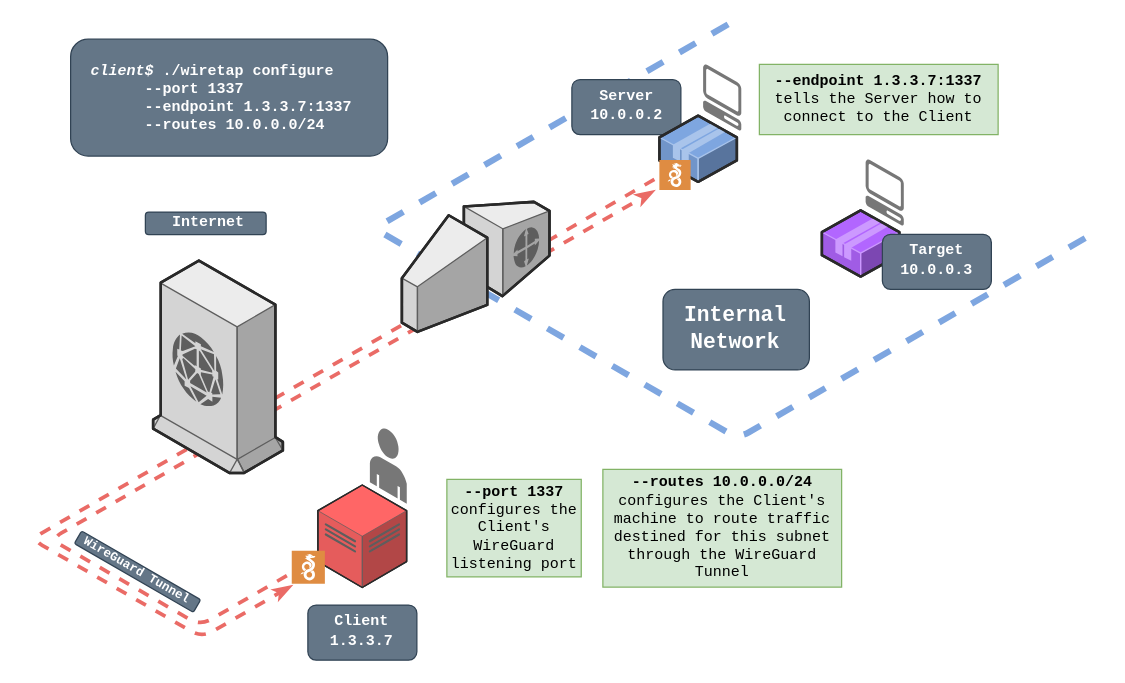
The draw.io diagram media/Wiretap_Configure.drawio in sandialabs/wiretap, before the edit. Source tidied: cells renumbered, new cells numbered last; positions are measured from the earlier drawing's top-left corner, leaving out a move shared by most shapes. Both pictures are drawn from the tidied source at 125%, with x=0, y=0 at pixel (56, 24).
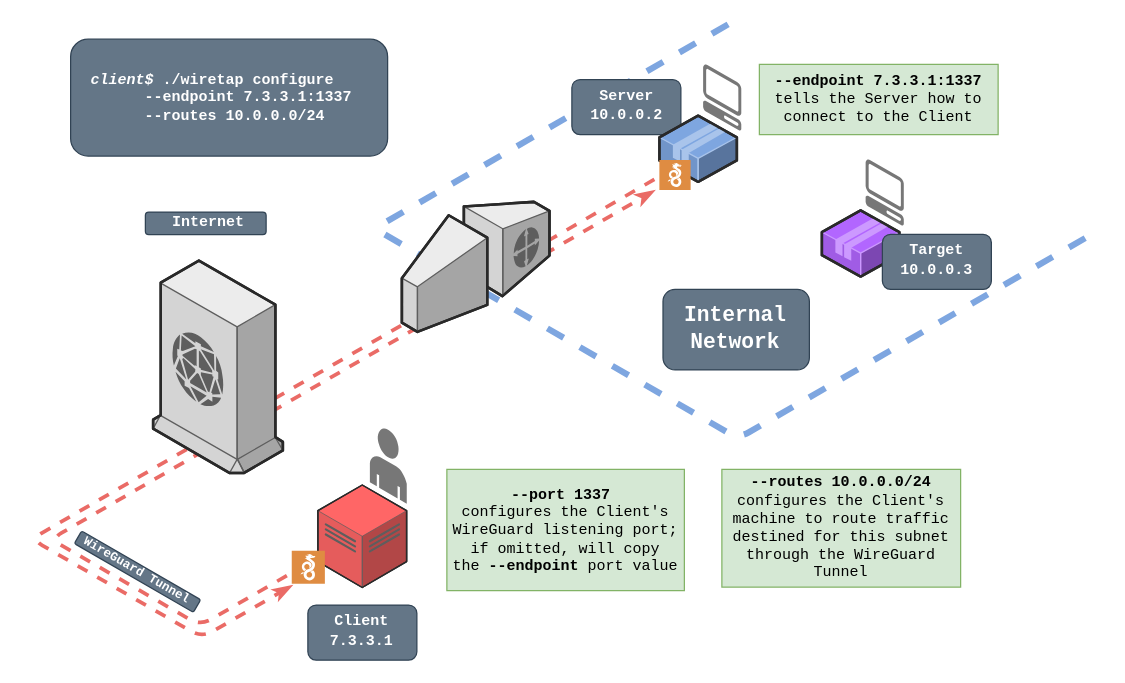
The same diagram, later.

Unchanged cells that the change refers to:
```xml
<mxCell id="29" style="group;" parent="1" vertex="1">
  <mxGeometry x="200.8" y="463" width="87.2" height="45.6" as="geometry" />
</mxCell>
```

What changed in the source:
```diff
@@
-    <mxCell id="15" value="&lt;i&gt;&amp;nbsp; client$ &lt;/i&gt;./wiretap configure &lt;br&gt;&lt;span style=&quot;white-space: pre;&quot;&gt;&#9;&lt;/span&gt;--port 1337 &lt;br&gt;&lt;span style=&quot;white-space: pre;&quot;&gt;&#9;&lt;/span&gt;--endpoint 1.3.3.7:1337 &lt;br&gt;&lt;span style=&quot;white-space: pre;&quot;&gt;&#9;&lt;/span&gt;--routes 10.0.0.0/24&lt;br&gt;&lt;div&gt;&lt;i&gt;&lt;/i&gt;&lt;/div&gt;" style="text;html=1;strokeColor=#314354;fillColor=#647687;align=left;verticalAlign=middle;whiteSpace=wrap;rounded=1;fontFamily=Courier New;fontStyle=1;fontColor=#ffffff;" parent="1" vertex="1">
+    <mxCell id="15" value="&lt;i&gt;&amp;nbsp; client$ &lt;/i&gt;./wiretap configure&lt;br&gt;&lt;span style=&quot;white-space: pre;&quot;&gt;&#9;&lt;/span&gt;--endpoint 7.3.3.1:1337 &lt;br&gt;&lt;span style=&quot;white-space: pre;&quot;&gt;&#9;&lt;/span&gt;--routes 10.0.0.0/24&lt;br&gt;&lt;div&gt;&lt;i&gt;&lt;/i&gt;&lt;/div&gt;" style="text;html=1;strokeColor=#314354;fillColor=#647687;align=left;verticalAlign=middle;whiteSpace=wrap;rounded=1;fontFamily=Courier New;fontStyle=1;fontColor=#ffffff;" parent="1" vertex="1">
       <mxGeometry x="11" y="11.8" width="253.6" height="93.5" as="geometry" />
     </mxCell>
-    <mxCell id="16" style="endArrow=classicThin;html=1;rounded=1;fontFamily=Courier New;jumpSize=12;strokeWidth=3;endFill=1;strokeColor=#EA6B66;edgeStyle=isometricEdgeStyle;startArrow=none;startFill=0;dashed=1;" parent="1" edge="1">
+    <mxCell id="16" style="endArrow=classicThin;html=1;rounded=1;fontFamily=Courier New;jumpSize=12;strokeWidth=3;endFill=1;strokeColor=#EA6B66;edgeStyle=isometricEdgeStyle;startArrow=none;startFill=0;dashed=1;flowAnimation=1;" parent="1" edge="1">
       <mxGeometry relative="1" as="geometry">
         <mxPoint x="478" y="124" as="sourcePoint" />
         <mxPoint x="188" y="449" as="targetPoint" />
         <Array as="points">
           <mxPoint x="51" y="453" />
         </Array>
       </mxGeometry>
     </mxCell>
-    <mxCell id="17" style="endArrow=classicThin;html=1;rounded=1;fontFamily=Courier New;jumpSize=12;strokeWidth=3;endFill=1;strokeColor=#EA6B66;startArrow=none;startFill=0;edgeStyle=isometricEdgeStyle;dashed=1;" parent="1" edge="1">
+    <mxCell id="17" style="endArrow=classicThin;html=1;rounded=1;fontFamily=Courier New;jumpSize=12;strokeWidth=3;endFill=1;strokeColor=#EA6B66;startArrow=none;startFill=0;edgeStyle=isometricEdgeStyle;dashed=1;flowAnimation=1;" parent="1" edge="1">
       <mxGeometry relative="1" as="geometry">
         <mxPoint x="184" y="441" as="sourcePoint" />
         <mxPoint x="478" y="133" as="targetPoint" />
         <Array as="points">
           <mxPoint x="56" y="447" />
         </Array>
       </mxGeometry>
     </mxCell>
@@
-    <mxCell id="20" value="--port 1337 &lt;span style=&quot;font-weight: normal;&quot;&gt;configures the Client's WireGuard listening port&lt;/span&gt;" style="text;html=1;strokeColor=#82b366;fillColor=#d5e8d4;align=center;verticalAlign=middle;whiteSpace=wrap;rounded=0;fontFamily=Courier New;fontStyle=1;" parent="1" vertex="1">
-      <mxGeometry x="312" y="364" width="107.5" height="78" as="geometry" />
+    <mxCell id="20" value="--port 1337&amp;nbsp;&lt;div&gt;&lt;span style=&quot;font-weight: normal;&quot;&gt;configures the Client's WireGuard listening port; if omitted, will copy the&amp;nbsp;&lt;/span&gt;&lt;span style=&quot;background-color: initial;&quot;&gt;--endpoint&lt;/span&gt;&lt;span style=&quot;background-color: initial; font-weight: normal;&quot;&gt; port value&lt;/span&gt;&lt;/div&gt;" style="text;html=1;strokeColor=#82b366;fillColor=#d5e8d4;align=center;verticalAlign=middle;whiteSpace=wrap;rounded=0;fontFamily=Courier New;fontStyle=1;" parent="1" vertex="1">
+      <mxGeometry x="312" y="356" width="190" height="97" as="geometry" />
     </mxCell>
-    <mxCell id="21" value="--endpoint 1.3.3.7:1337 &lt;span style=&quot;font-weight: normal;&quot;&gt;tells the Server how to connect to the Client&lt;/span&gt;" style="text;html=1;strokeColor=#82b366;fillColor=#d5e8d4;align=center;verticalAlign=middle;whiteSpace=wrap;rounded=0;fontFamily=Courier New;fontStyle=1;" parent="1" vertex="1">
+    <mxCell id="21" value="--endpoint 7.3.3.1:1337 &lt;span style=&quot;font-weight: normal;&quot;&gt;tells the Server how to connect to the Client&lt;/span&gt;" style="text;html=1;strokeColor=#82b366;fillColor=#d5e8d4;align=center;verticalAlign=middle;whiteSpace=wrap;rounded=0;fontFamily=Courier New;fontStyle=1;" parent="1" vertex="1">
       <mxGeometry x="562" y="32" width="191" height="56.2" as="geometry" />
     </mxCell>
     <mxCell id="22" value="--routes 10.0.0.0/24&lt;br&gt;&lt;span style=&quot;font-weight: normal;&quot;&gt;configures the Client's machine to route traffic destined for this subnet through the WireGuard Tunnel&lt;/span&gt;" style="text;html=1;strokeColor=#82b366;fillColor=#d5e8d4;align=center;verticalAlign=middle;whiteSpace=wrap;rounded=0;fontFamily=Courier New;fontStyle=1;" parent="1" vertex="1">
-      <mxGeometry x="436.8" y="356" width="191" height="94.2" as="geometry" />
+      <mxGeometry x="532" y="356" width="191" height="94.2" as="geometry" />
     </mxCell>
@@
-    <mxCell id="32" value="1.3.3.7" style="text;html=1;align=center;verticalAlign=middle;whiteSpace=wrap;rounded=0;fontFamily=Courier New;fontStyle=1;fontColor=#FFFFFF;" parent="29" vertex="1">
+    <mxCell id="32" value="7.3.3.1" style="text;html=1;align=center;verticalAlign=middle;whiteSpace=wrap;rounded=0;fontFamily=Courier New;fontStyle=1;fontColor=#FFFFFF;" parent="29" vertex="1">
       <mxGeometry x="13.6" y="15.6" width="60" height="30" as="geometry" />
     </mxCell>
```
